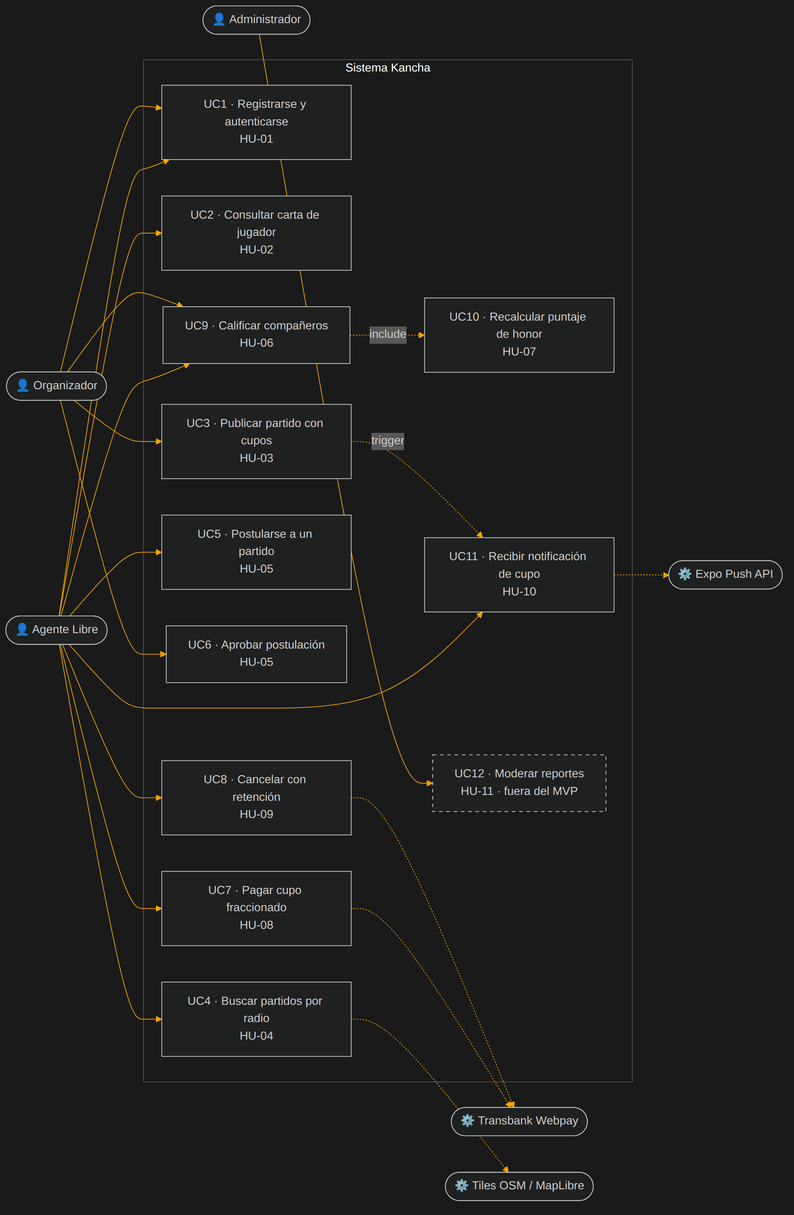
Earlier version of the Mermaid export fase-2-desarrollo/docs/diagramas/casos-de-uso.png (avenaaaa/KANCHA). Its source is kept beside it as fase-2-desarrollo/docs/diagramas/casos-de-uso.mmd. Source of this version:
```mermaid
flowchart LR
    AL(["👤 Agente Libre"])
    OR(["👤 Organizador"])
    AD(["👤 Administrador"])
    TBK(["⚙️ Transbank Webpay"])
    PUSH(["⚙️ Expo Push API"])
    MAP(["⚙️ Tiles OSM / MapLibre"])

    subgraph KANCHA["Sistema Kancha"]
        UC1["UC1 · Registrarse y autenticarse<br/>HU-01"]
        UC2["UC2 · Consultar carta de jugador<br/>HU-02"]
        UC3["UC3 · Publicar partido con cupos<br/>HU-03"]
        UC4["UC4 · Buscar partidos por radio<br/>HU-04"]
        UC5["UC5 · Postularse a un partido<br/>HU-05"]
        UC6["UC6 · Aprobar postulación<br/>HU-05"]
        UC7["UC7 · Pagar cupo fraccionado<br/>HU-08"]
        UC8["UC8 · Cancelar con retención<br/>HU-09"]
        UC9["UC9 · Calificar compañeros<br/>HU-06"]
        UC10["UC10 · Recalcular puntaje de honor<br/>HU-07"]
        UC11["UC11 · Recibir notificación de cupo<br/>HU-10"]
        UC12["UC12 · Moderar reportes<br/>HU-11 · fuera del MVP"]
    end

    AL --> UC1 & UC2 & UC4 & UC5 & UC7 & UC8 & UC9 & UC11
    OR --> UC1 & UC3 & UC6 & UC9
    AD --> UC12

    UC7 -.-> TBK
    UC8 -.-> TBK
    UC9 -.->|"include"| UC10
    UC4 -.-> MAP
    UC11 -.-> PUSH
    UC3 -.->|"trigger"| UC11

    style UC12 stroke-dasharray: 5 5
    style KANCHA fill:#1A1A1A,color:#FFFFFF
```
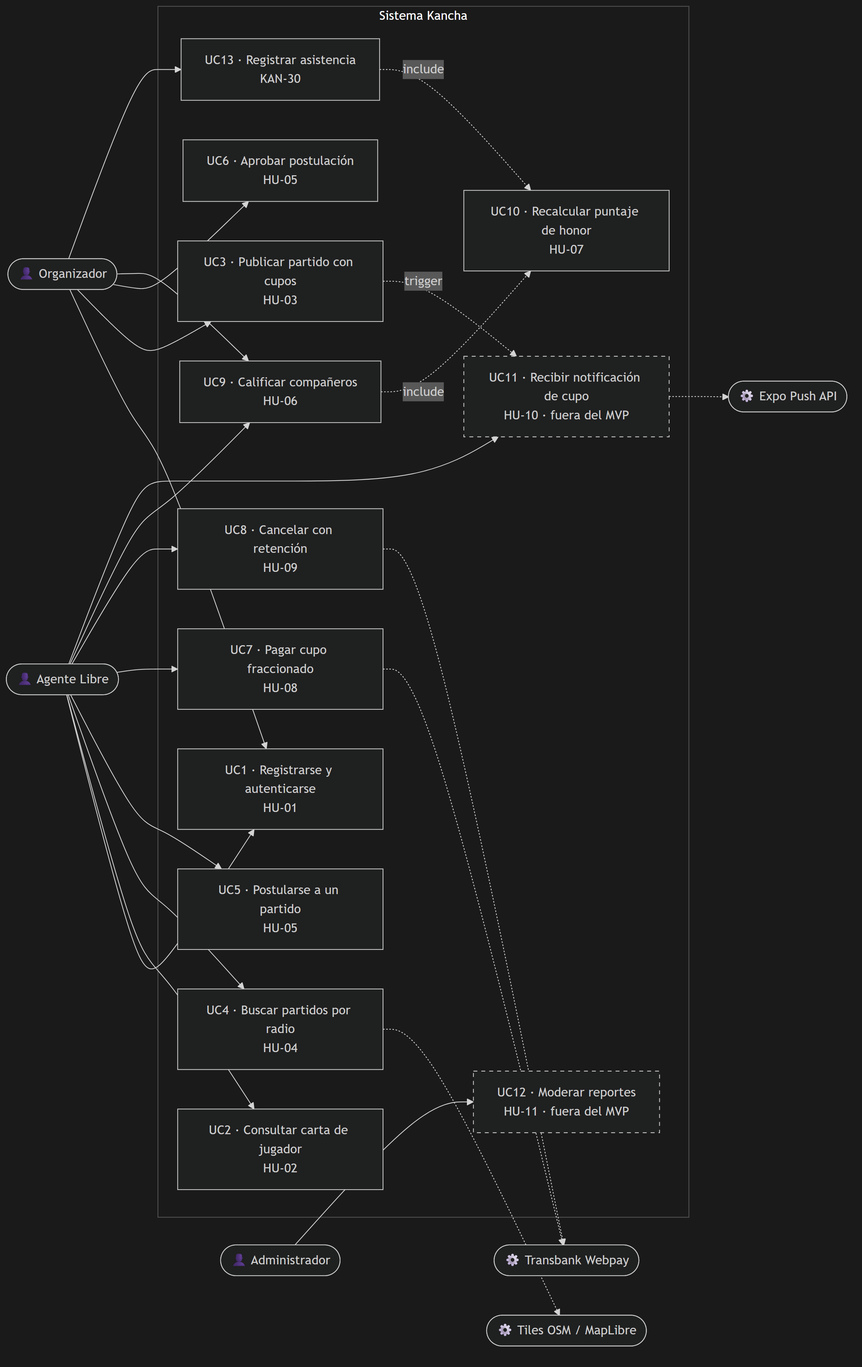
The same diagram one commit later.

Diff of the diagram source:
```diff
@@ -17,12 +17,13 @@
         UC8["UC8 · Cancelar con retención<br/>HU-09"]
         UC9["UC9 · Calificar compañeros<br/>HU-06"]
         UC10["UC10 · Recalcular puntaje de honor<br/>HU-07"]
-        UC11["UC11 · Recibir notificación de cupo<br/>HU-10"]
+        UC11["UC11 · Recibir notificación de cupo<br/>HU-10 · fuera del MVP"]
         UC12["UC12 · Moderar reportes<br/>HU-11 · fuera del MVP"]
+        UC13["UC13 · Registrar asistencia<br/>KAN-30"]
     end
 
     AL --> UC1 & UC2 & UC4 & UC5 & UC7 & UC8 & UC9 & UC11
-    OR --> UC1 & UC3 & UC6 & UC9
+    OR --> UC1 & UC3 & UC6 & UC9 & UC13
     AD --> UC12
 
     UC7 -.-> TBK
@@ -31,6 +32,8 @@
     UC4 -.-> MAP
     UC11 -.-> PUSH
     UC3 -.->|"trigger"| UC11
+    UC13 -.->|"include"| UC10
 
+    style UC11 stroke-dasharray: 5 5
     style UC12 stroke-dasharray: 5 5
     style KANCHA fill:#1A1A1A,color:#FFFFFF
```
